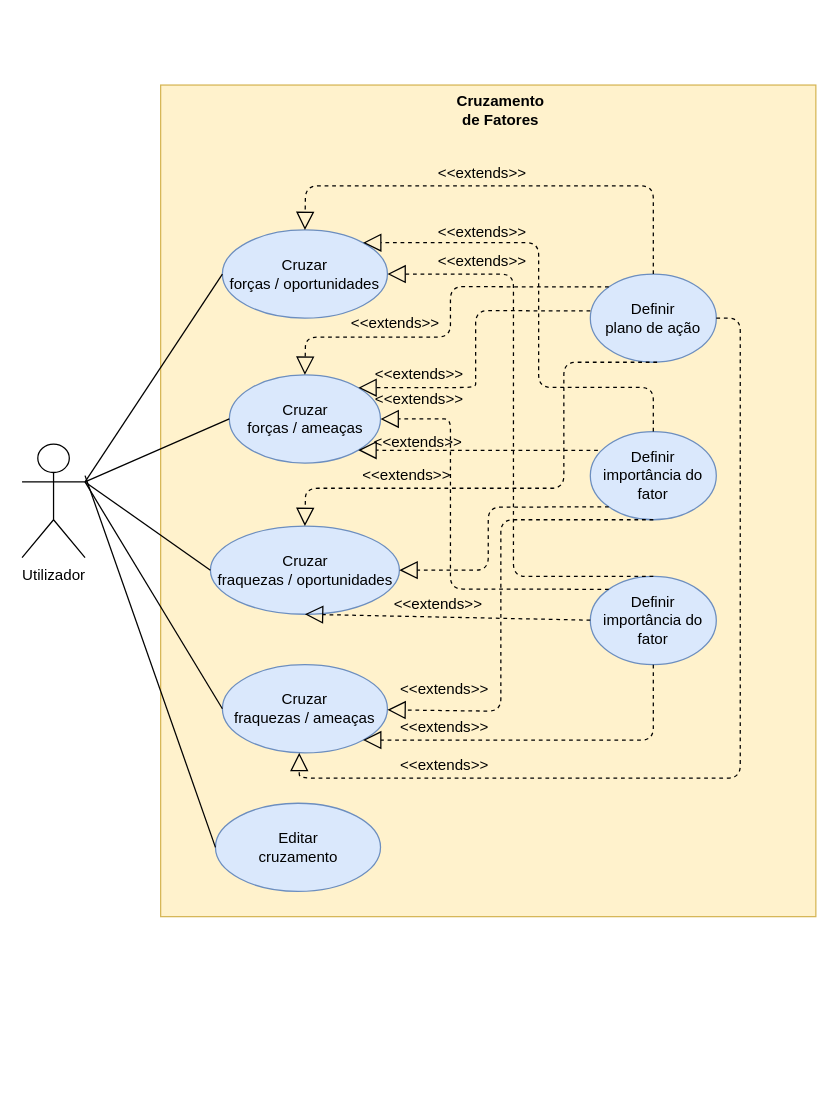
Earlier version of the draw.io diagram page "Page-4" (4 of 4) of Trabalho Prático 1/FactorCruzModule.drawio (brunosilva5/Advanced-Information-Systems). Source tidied: cells renumbered, new cells numbered last; positions are measured from the earlier drawing's top-left corner, leaving out a move shared by most shapes. Both pictures are drawn from the tidied source at 126%, with x=0, y=0 at pixel (21, 84).
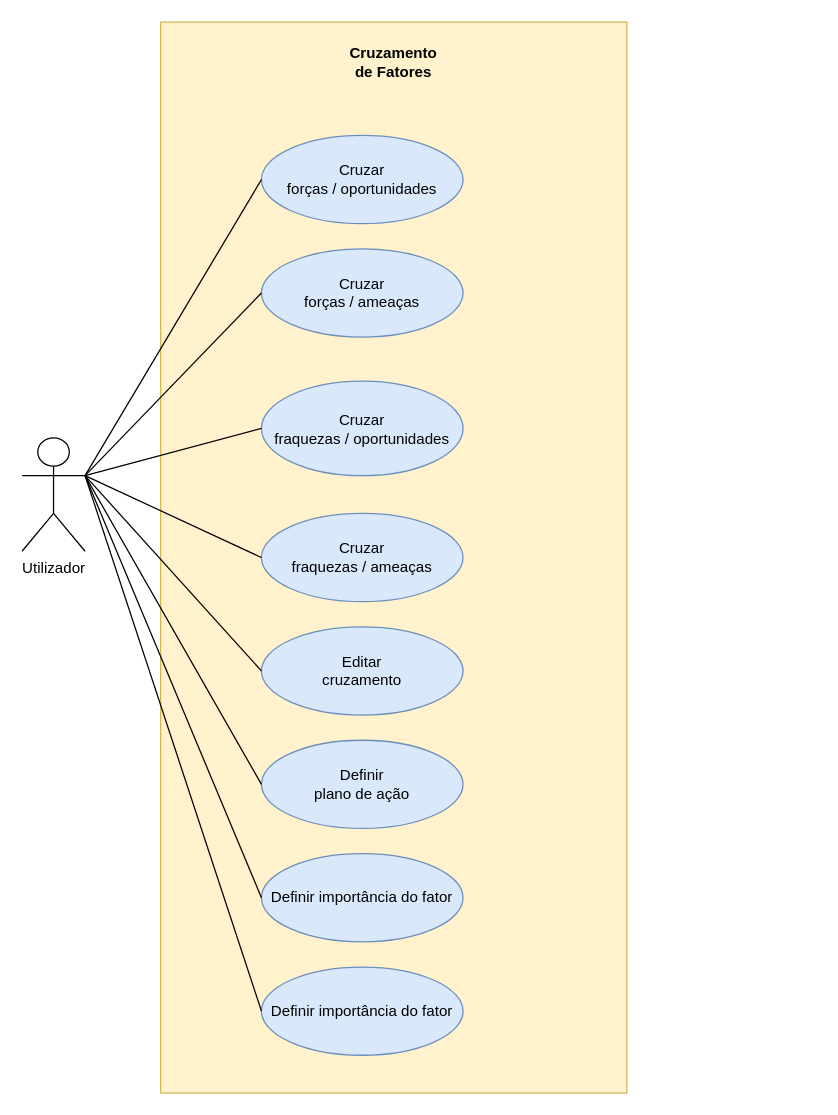
Above is the later version.

The edit, as a diff of the source:
```diff
@@
     <mxCell id="2" style="html=1;fillColor=#fff2cc;strokeColor=#d6b656;" parent="1" vertex="1">
-      <mxGeometry x="110" width="520" height="660" as="geometry" />
+      <mxGeometry x="110" y="-50" width="370" height="850" as="geometry" />
     </mxCell>
     <mxCell id="3" value="&lt;b&gt;Cruzamento&lt;br&gt;de Fatores&lt;br&gt;&lt;/b&gt;" style="text;html=1;strokeColor=none;fillColor=none;align=center;verticalAlign=middle;whiteSpace=wrap;rounded=0;" parent="1" vertex="1">
-      <mxGeometry x="330" y="10" width="100" height="20" as="geometry" />
+      <mxGeometry x="245" y="-28" width="100" height="20" as="geometry" />
     </mxCell>
     <mxCell id="4" value="Cruzar&lt;br&gt;forças / oportunidades" style="ellipse;whiteSpace=wrap;html=1;fillColor=#dae8fc;strokeColor=#6c8ebf;" parent="1" vertex="1">
-      <mxGeometry x="159" y="115" width="131" height="70" as="geometry" />
+      <mxGeometry x="190" y="40" width="160" height="70" as="geometry" />
     </mxCell>
     <mxCell id="5" value="Utilizador" style="shape=umlActor;verticalLabelPosition=bottom;verticalAlign=top;html=1;" parent="1" vertex="1">
-      <mxGeometry y="285" width="50" height="90" as="geometry" />
+      <mxGeometry y="280" width="50" height="90" as="geometry" />
     </mxCell>
@@
     <mxCell id="7" value="Cruzar&lt;br&gt;forças / ameaças" style="ellipse;whiteSpace=wrap;html=1;fillColor=#dae8fc;strokeColor=#6c8ebf;" parent="1" vertex="1">
-      <mxGeometry x="164.5" y="230" width="120" height="70" as="geometry" />
+      <mxGeometry x="190" y="130" width="160" height="70" as="geometry" />
     </mxCell>
@@
     <mxCell id="9" value="Definir importância do fator" style="ellipse;whiteSpace=wrap;html=1;fillColor=#dae8fc;strokeColor=#6c8ebf;" parent="1" vertex="1">
-      <mxGeometry x="451" y="390" width="100" height="70" as="geometry" />
+      <mxGeometry x="190" y="700" width="160" height="70" as="geometry" />
     </mxCell>
     <mxCell id="10" value="Cruzar&lt;br&gt;fraquezas / oportunidades" style="ellipse;whiteSpace=wrap;html=1;fillColor=#dae8fc;strokeColor=#6c8ebf;" parent="1" vertex="1">
-      <mxGeometry x="149.5" y="350" width="150" height="70" as="geometry" />
+      <mxGeometry x="190" y="235" width="160" height="75" as="geometry" />
     </mxCell>
@@
     <mxCell id="12" value="Definir&lt;br&gt;plano de ação" style="ellipse;whiteSpace=wrap;html=1;fillColor=#dae8fc;strokeColor=#6c8ebf;" parent="1" vertex="1">
-      <mxGeometry x="451" y="150" width="100" height="70" as="geometry" />
+      <mxGeometry x="190" y="520" width="160" height="70" as="geometry" />
     </mxCell>
-    <mxCell id="13" style="endArrow=block;dashed=1;endFill=0;endSize=12;html=1;entryX=0.5;entryY=0;entryDx=0;entryDy=0;exitX=0.5;exitY=0;exitDx=0;exitDy=0;" parent="1" edge="1" source="12" target="4">
-      <mxGeometry relative="1" as="geometry">
-        <Array as="points">
-          <mxPoint x="501" y="80" />
-          <mxPoint x="225" y="80" />
-        </Array>
-      </mxGeometry>
-    </mxCell>
-    <mxCell id="14" value="&amp;lt;&amp;lt;extends&amp;gt;&amp;gt;" style="text;html=1;align=center;verticalAlign=middle;rotation=0;" parent="1" vertex="1">
-      <mxGeometry x="320" y="60" width="90" height="20" as="geometry" />
-    </mxCell>
     <mxCell id="15" value="Cruzar&lt;br&gt;fraquezas / ameaças" style="ellipse;whiteSpace=wrap;html=1;fillColor=#dae8fc;strokeColor=#6c8ebf;" parent="1" vertex="1">
-      <mxGeometry x="159" y="460" width="131" height="70" as="geometry" />
+      <mxGeometry x="190" y="340" width="160" height="70" as="geometry" />
     </mxCell>
     <mxCell id="16" value="Definir importância do fator" style="ellipse;whiteSpace=wrap;html=1;fillColor=#dae8fc;strokeColor=#6c8ebf;" parent="1" vertex="1">
-      <mxGeometry x="451" y="275" width="100" height="70" as="geometry" />
+      <mxGeometry x="190" y="610" width="160" height="70" as="geometry" />
     </mxCell>
-    <mxCell id="17" style="endArrow=block;dashed=1;endFill=0;endSize=12;html=1;entryX=1;entryY=0;entryDx=0;entryDy=0;exitX=0.5;exitY=0;exitDx=0;exitDy=0;" parent="1" edge="1" source="16" target="4">
-      <mxGeometry relative="1" as="geometry">
-        <Array as="points">
-          <mxPoint x="501" y="240" />
-          <mxPoint x="410" y="240" />
-          <mxPoint x="410" y="125" />
-          <mxPoint x="320" y="125" />
-        </Array>
-      </mxGeometry>
-    </mxCell>
-    <mxCell id="18" value="&amp;lt;&amp;lt;extends&amp;gt;&amp;gt;" style="text;html=1;align=center;verticalAlign=middle;rotation=0;" parent="1" vertex="1">
-      <mxGeometry x="320" y="107" width="90" height="20" as="geometry" />
-    </mxCell>
-    <mxCell id="19" style="endArrow=block;dashed=1;endFill=0;endSize=12;html=1;exitX=0.5;exitY=0;exitDx=0;exitDy=0;" parent="1" edge="1" source="9">
-      <mxGeometry relative="1" as="geometry">
-        <mxPoint x="290" y="150" as="targetPoint" />
-        <Array as="points">
-          <mxPoint x="420" y="390" />
-          <mxPoint x="390" y="390" />
-          <mxPoint x="390" y="285" />
-          <mxPoint x="390" y="150" />
-          <mxPoint x="339.4" y="150" />
-        </Array>
-      </mxGeometry>
-    </mxCell>
-    <mxCell id="20" value="&amp;lt;&amp;lt;extends&amp;gt;&amp;gt;" style="text;html=1;align=center;verticalAlign=middle;rotation=0;" parent="1" vertex="1">
-      <mxGeometry x="320" y="130" width="90" height="20" as="geometry" />
-    </mxCell>
-    <mxCell id="21" style="endArrow=block;dashed=1;endFill=0;endSize=12;html=1;exitX=0;exitY=0;exitDx=0;exitDy=0;entryX=1;entryY=0.5;entryDx=0;entryDy=0;" parent="1" edge="1" source="9" target="7">
-      <mxGeometry relative="1" as="geometry">
-        <Array as="points">
-          <mxPoint x="385" y="400" />
-          <mxPoint x="340" y="400" />
-          <mxPoint x="340" y="290" />
-          <mxPoint x="340" y="265" />
-          <mxPoint x="330" y="265" />
-        </Array>
-      </mxGeometry>
-    </mxCell>
-    <mxCell id="22" style="endArrow=block;dashed=1;endFill=0;endSize=12;html=1;entryX=0.5;entryY=0;entryDx=0;entryDy=0;exitX=0;exitY=0;exitDx=0;exitDy=0;" parent="1" edge="1" source="12" target="7">
-      <mxGeometry relative="1" as="geometry">
-        <Array as="points">
-          <mxPoint x="340" y="160" />
-          <mxPoint x="340" y="200" />
-          <mxPoint x="225" y="200" />
-        </Array>
-      </mxGeometry>
-    </mxCell>
-    <mxCell id="23" value="&amp;lt;&amp;lt;extends&amp;gt;&amp;gt;" style="text;html=1;align=center;verticalAlign=middle;rotation=0;" parent="1" vertex="1">
-      <mxGeometry x="251" y="179" width="90" height="20" as="geometry" />
-    </mxCell>
-    <mxCell id="24" style="endArrow=block;dashed=1;endFill=0;endSize=12;html=1;entryX=1;entryY=1;entryDx=0;entryDy=0;exitX=0.06;exitY=0.214;exitDx=0;exitDy=0;exitPerimeter=0;" parent="1" edge="1" source="16" target="7">
-      <mxGeometry relative="1" as="geometry">
-        <Array as="points">
-          <mxPoint x="370" y="290" />
-          <mxPoint x="315" y="290" />
-        </Array>
-      </mxGeometry>
-    </mxCell>
-    <mxCell id="25" value="&amp;lt;&amp;lt;extends&amp;gt;&amp;gt;" style="text;html=1;align=center;verticalAlign=middle;rotation=0;" parent="1" vertex="1">
-      <mxGeometry x="268.5" y="274" width="90" height="20" as="geometry" />
-    </mxCell>
-    <mxCell id="26" value="&amp;lt;&amp;lt;extends&amp;gt;&amp;gt;" style="text;html=1;align=center;verticalAlign=middle;rotation=0;" parent="1" vertex="1">
-      <mxGeometry x="269.5" y="240" width="90" height="20" as="geometry" />
-    </mxCell>
@@
-    <mxCell id="29" style="endArrow=block;dashed=1;endFill=0;endSize=12;html=1;entryX=1;entryY=0.5;entryDx=0;entryDy=0;exitX=0;exitY=1;exitDx=0;exitDy=0;" parent="1" edge="1" source="16" target="10">
-      <mxGeometry relative="1" as="geometry">
-        <Array as="points">
-          <mxPoint x="370" y="335" />
-          <mxPoint x="370" y="385" />
-        </Array>
-      </mxGeometry>
-    </mxCell>
-    <mxCell id="30" style="endArrow=block;dashed=1;endFill=0;endSize=12;html=1;exitX=0.5;exitY=1;exitDx=0;exitDy=0;" parent="1" edge="1" source="16" target="15">
-      <mxGeometry relative="1" as="geometry">
-        <Array as="points">
-          <mxPoint x="380" y="345" />
-          <mxPoint x="380" y="497" />
-        </Array>
-      </mxGeometry>
-    </mxCell>
-    <mxCell id="31" value="&amp;lt;&amp;lt;extends&amp;gt;&amp;gt;" style="text;html=1;align=center;verticalAlign=middle;rotation=0;" parent="1" vertex="1">
-      <mxGeometry x="290" y="470" width="90" height="20" as="geometry" />
-    </mxCell>
-    <mxCell id="32" style="endArrow=block;dashed=1;endFill=0;endSize=12;html=1;exitX=0.06;exitY=0.214;exitDx=0;exitDy=0;exitPerimeter=0;entryX=0.5;entryY=1;entryDx=0;entryDy=0;" parent="1" edge="1" target="10">
-      <mxGeometry relative="1" as="geometry">
-        <mxPoint x="451" y="424.7" as="sourcePoint" />
-      </mxGeometry>
-    </mxCell>
-    <mxCell id="33" value="&amp;lt;&amp;lt;extends&amp;gt;&amp;gt;" style="text;html=1;align=center;verticalAlign=middle;rotation=0;" parent="1" vertex="1">
-      <mxGeometry x="285" y="402" width="90" height="20" as="geometry" />
-    </mxCell>
-    <mxCell id="34" style="endArrow=block;dashed=1;endFill=0;endSize=12;html=1;entryX=1;entryY=0;entryDx=0;entryDy=0;exitX=0;exitY=0;exitDx=0;exitDy=0;" parent="1" edge="1" target="7">
-      <mxGeometry relative="1" as="geometry">
-        <mxPoint x="451" y="179.3" as="sourcePoint" />
-        <Array as="points">
-          <mxPoint x="360" y="179" />
-          <mxPoint x="360" y="230" />
-          <mxPoint x="360" y="240" />
-        </Array>
-      </mxGeometry>
-    </mxCell>
-    <mxCell id="35" value="&amp;lt;&amp;lt;extends&amp;gt;&amp;gt;" style="text;html=1;align=center;verticalAlign=middle;rotation=0;" parent="1" vertex="1">
-      <mxGeometry x="269.5" y="220" width="90" height="20" as="geometry" />
-    </mxCell>
-    <mxCell id="36" style="endArrow=block;dashed=1;endFill=0;endSize=12;html=1;entryX=0.5;entryY=0;entryDx=0;entryDy=0;" parent="1" edge="1" target="10">
-      <mxGeometry relative="1" as="geometry">
-        <mxPoint x="504" y="220" as="sourcePoint" />
-        <Array as="points">
-          <mxPoint x="430" y="220" />
-          <mxPoint x="430" y="271" />
-          <mxPoint x="430" y="320" />
-          <mxPoint x="225" y="320" />
-        </Array>
-      </mxGeometry>
-    </mxCell>
-    <mxCell id="37" value="&amp;lt;&amp;lt;extends&amp;gt;&amp;gt;" style="text;html=1;align=center;verticalAlign=middle;rotation=0;" parent="1" vertex="1">
-      <mxGeometry x="260" y="300" width="90" height="20" as="geometry" />
-    </mxCell>
-    <mxCell id="38" style="endArrow=block;dashed=1;endFill=0;endSize=12;html=1;exitX=0.5;exitY=1;exitDx=0;exitDy=0;entryX=1;entryY=1;entryDx=0;entryDy=0;" parent="1" edge="1" source="9" target="15">
-      <mxGeometry relative="1" as="geometry">
-        <Array as="points">
-          <mxPoint x="501" y="520" />
-        </Array>
-      </mxGeometry>
-    </mxCell>
-    <mxCell id="39" value="&amp;lt;&amp;lt;extends&amp;gt;&amp;gt;" style="text;html=1;align=center;verticalAlign=middle;rotation=0;" parent="1" vertex="1">
-      <mxGeometry x="290" y="500" width="90" height="20" as="geometry" />
-    </mxCell>
-    <mxCell id="40" style="endArrow=block;dashed=1;endFill=0;endSize=12;html=1;exitX=1;exitY=0.5;exitDx=0;exitDy=0;" parent="1" edge="1" source="12">
-      <mxGeometry relative="1" as="geometry">
-        <mxPoint x="220" y="530" as="targetPoint" />
-        <Array as="points">
-          <mxPoint x="570" y="185" />
-          <mxPoint x="570" y="550" />
-          <mxPoint x="220" y="550" />
-        </Array>
-      </mxGeometry>
-    </mxCell>
-    <mxCell id="41" value="&amp;lt;&amp;lt;extends&amp;gt;&amp;gt;" style="text;html=1;align=center;verticalAlign=middle;rotation=0;" parent="1" vertex="1">
-      <mxGeometry x="290" y="530" width="90" height="20" as="geometry" />
-    </mxCell>
     <mxCell id="42" value="Editar&lt;br&gt;cruzamento" style="ellipse;whiteSpace=wrap;html=1;fillColor=#dae8fc;strokeColor=#6c8ebf;" parent="1" vertex="1">
-      <mxGeometry x="153.5" y="570" width="131" height="70" as="geometry" />
+      <mxGeometry x="190" y="430" width="160" height="70" as="geometry" />
     </mxCell>
@@
+    <mxCell id="44" style="endArrow=none;html=1;entryX=0;entryY=0.5;entryDx=0;entryDy=0;" parent="1" edge="1" target="12">
+      <mxGeometry relative="1" as="geometry">
+        <mxPoint x="50" y="310" as="sourcePoint" />
+      </mxGeometry>
+    </mxCell>
+    <mxCell id="45" style="endArrow=none;html=1;entryX=0;entryY=0.5;entryDx=0;entryDy=0;" parent="1" edge="1" target="16">
+      <mxGeometry relative="1" as="geometry">
+        <mxPoint x="50" y="310" as="sourcePoint" />
+      </mxGeometry>
+    </mxCell>
+    <mxCell id="46" style="endArrow=none;html=1;entryX=0;entryY=0.5;entryDx=0;entryDy=0;" parent="1" edge="1" target="9">
+      <mxGeometry relative="1" as="geometry">
+        <mxPoint x="50" y="310" as="sourcePoint" />
+      </mxGeometry>
+    </mxCell>
+    <mxCell id="47" style="edgeStyle=orthogonalEdgeStyle;rounded=0;orthogonalLoop=1;jettySize=auto;html=1;exitX=0.5;exitY=1;exitDx=0;exitDy=0;" parent="1" edge="1" source="3" target="3">
+      <mxGeometry relative="1" as="geometry" />
+    </mxCell>
```
